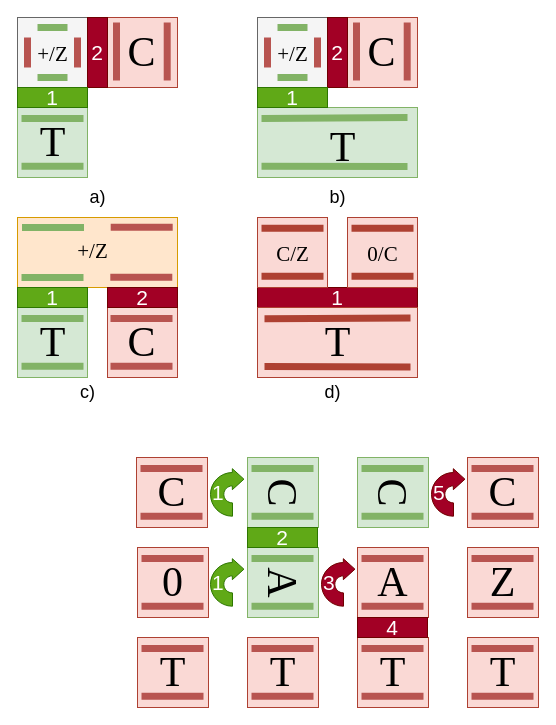
This is translation.drawio from alexandrupaler/alexandrupaler.github.io, a draw.io file, before an edit. Source tidied: cells renumbered, new cells numbered last; positions are measured from the earlier drawing's top-left corner, leaving out a move shared by most shapes. Both pictures are drawn from the tidied source at 100%, with x=0, y=0 at pixel (17, 17).
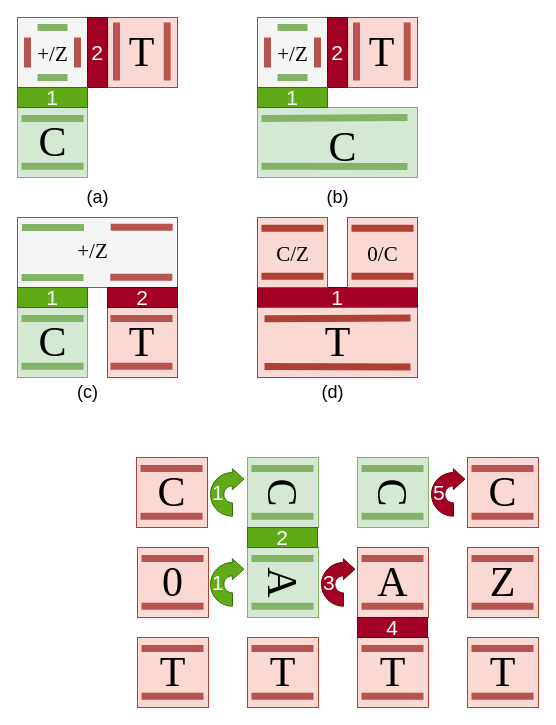
After the change.

The edit, as a diff of the source:
```diff
@@
-    <mxCell id="3" value="a)" style="text;html=1;align=center;verticalAlign=middle;strokeColor=none;fillColor=none;fontSize=18;" parent="1" vertex="1">
-      <mxGeometry x="60" y="160" width="40" height="40" as="geometry" />
+    <mxCell id="3" value="(a)" style="text;html=1;align=center;verticalAlign=middle;strokeColor=none;fillColor=none;fontSize=18;" parent="1" vertex="1">
+      <mxGeometry x="55" y="160" width="50" height="40" as="geometry" />
     </mxCell>
-    <mxCell id="4" value="b)" style="text;html=1;align=center;verticalAlign=middle;strokeColor=none;fillColor=none;fontSize=18;" parent="1" vertex="1">
-      <mxGeometry x="300" y="160" width="40" height="40" as="geometry" />
+    <mxCell id="4" value="(b)" style="text;html=1;align=center;verticalAlign=middle;strokeColor=none;fillColor=none;fontSize=18;" parent="1" vertex="1">
+      <mxGeometry x="295" y="160" width="50" height="40" as="geometry" />
     </mxCell>
-    <mxCell id="5" value="c)" style="text;html=1;align=center;verticalAlign=middle;strokeColor=none;fillColor=none;fontSize=18;" parent="1" vertex="1">
+    <mxCell id="5" value="(c)" style="text;html=1;align=center;verticalAlign=middle;strokeColor=none;fillColor=none;fontSize=18;" parent="1" vertex="1">
       <mxGeometry x="50" y="355" width="40" height="40" as="geometry" />
     </mxCell>
-    <mxCell id="6" value="d)" style="text;html=1;align=center;verticalAlign=middle;strokeColor=none;fillColor=none;fontSize=18;" parent="1" vertex="1">
-      <mxGeometry x="295" y="355" width="40" height="40" as="geometry" />
+    <mxCell id="6" value="(d)" style="text;html=1;align=center;verticalAlign=middle;strokeColor=none;fillColor=none;fontSize=18;" parent="1" vertex="1">
+      <mxGeometry x="290" y="355" width="50" height="40" as="geometry" />
     </mxCell>
@@
-    <mxCell id="66" value="T" style="text;html=1;align=center;verticalAlign=middle;strokeColor=none;fillColor=none;fontSize=42;fontFamily=Garamond;" parent="1" vertex="1">
+    <mxCell id="66" value="C" style="text;html=1;align=center;verticalAlign=middle;strokeColor=none;fillColor=none;fontSize=42;fontFamily=Garamond;" parent="1" vertex="1">
       <mxGeometry x="10" y="295" width="50" height="60" as="geometry" />
     </mxCell>
-    <mxCell id="67" style="rounded=0;whiteSpace=wrap;html=1;fillColor=#ffe6cc;strokeColor=#d79b00;" parent="1" vertex="1">
+    <mxCell id="67" style="rounded=0;whiteSpace=wrap;html=1;fillColor=#f5f5f5;strokeColor=#666666;fontColor=#333333;" parent="1" vertex="1">
       <mxGeometry y="200" width="160" height="70" as="geometry" />
     </mxCell>
@@
-    <mxCell id="72" value="&lt;font&gt;C&lt;/font&gt;" style="text;html=1;align=center;verticalAlign=middle;strokeColor=none;fillColor=none;fontSize=42;fontFamily=Garamond;" parent="1" vertex="1">
+    <mxCell id="72" value="T" style="text;html=1;align=center;verticalAlign=middle;strokeColor=none;fillColor=none;fontSize=42;fontFamily=Garamond;" parent="1" vertex="1">
       <mxGeometry x="99" y="295" width="50" height="60" as="geometry" />
     </mxCell>
@@
-    <mxCell id="82" value="T" style="text;html=1;align=center;verticalAlign=middle;strokeColor=none;fillColor=none;fontSize=42;fontFamily=Garamond;" parent="1" vertex="1">
+    <mxCell id="82" value="C" style="text;html=1;align=center;verticalAlign=middle;strokeColor=none;fillColor=none;fontSize=42;fontFamily=Garamond;" parent="1" vertex="1">
       <mxGeometry x="10" y="95" width="50" height="60" as="geometry" />
     </mxCell>
@@
-    <mxCell id="86" value="&lt;font&gt;C&lt;/font&gt;" style="text;html=1;align=center;verticalAlign=middle;strokeColor=none;fillColor=none;fontSize=42;fontFamily=Garamond;" parent="1" vertex="1">
+    <mxCell id="86" value="T" style="text;html=1;align=center;verticalAlign=middle;strokeColor=none;fillColor=none;fontSize=42;fontFamily=Garamond;" parent="1" vertex="1">
       <mxGeometry x="99" y="5" width="50" height="60" as="geometry" />
     </mxCell>
@@
-    <mxCell id="97" value="T" style="text;html=1;align=center;verticalAlign=middle;strokeColor=none;fillColor=none;fontSize=42;fontFamily=Garamond;" parent="1" vertex="1">
+    <mxCell id="97" value="C" style="text;html=1;align=center;verticalAlign=middle;strokeColor=none;fillColor=none;fontSize=42;fontFamily=Garamond;" parent="1" vertex="1">
       <mxGeometry x="300" y="100" width="50" height="60" as="geometry" />
     </mxCell>
@@
-    <mxCell id="101" value="&lt;font&gt;C&lt;/font&gt;" style="text;html=1;align=center;verticalAlign=middle;strokeColor=none;fillColor=none;fontSize=42;fontFamily=Garamond;" parent="1" vertex="1">
+    <mxCell id="101" value="T" style="text;html=1;align=center;verticalAlign=middle;strokeColor=none;fillColor=none;fontSize=42;fontFamily=Garamond;" parent="1" vertex="1">
       <mxGeometry x="339" y="5" width="50" height="60" as="geometry" />
     </mxCell>
```
